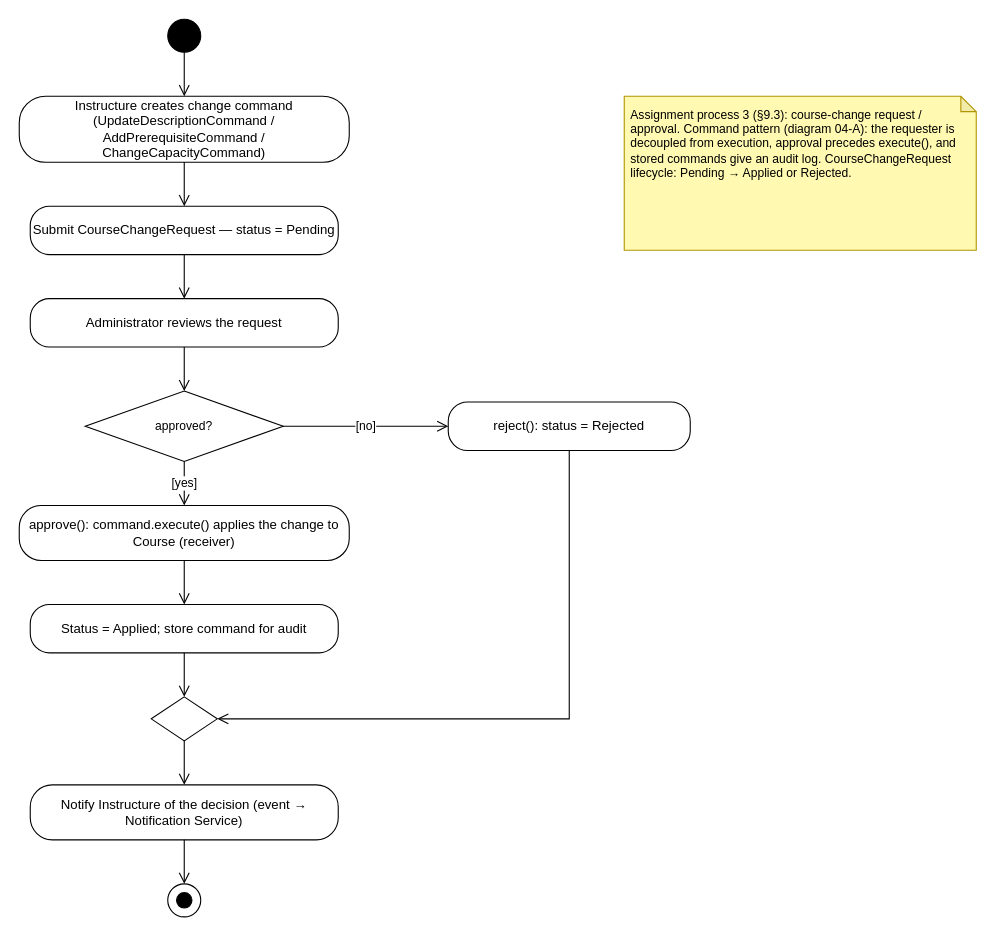
Before: Diagrams/Activity_diagrams/act-2-course.drawio in Tharusha-dev/soft_architect_redda, a draw.io diagram. Source tidied: cells renumbered, new cells numbered last; positions are measured from the earlier drawing's top-left corner, leaving out a move shared by most shapes. Both pictures are drawn from the tidied source at 110%, with x=0, y=0 at pixel (19, 19).
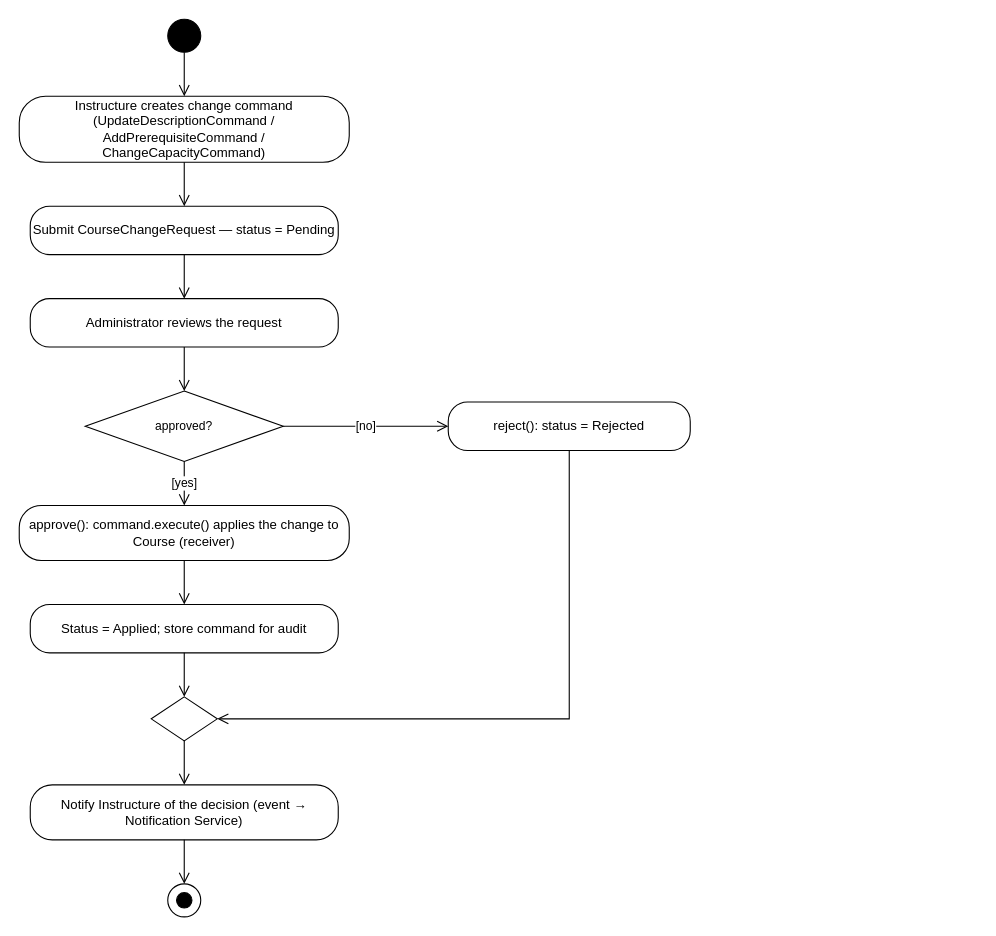
After the change.

The edit, as a diff of the source:
```diff
@@
-    <mxCell id="14" value="Assignment process 3 (§9.3): course-change request / approval. Command pattern (diagram 04-A): the requester is decoupled from execution, approval precedes execute(), and stored commands give an audit log. CourseChangeRequest lifecycle: Pending → Applied or Rejected." style="shape=note;whiteSpace=wrap;html=1;backgroundOutline=1;darkOpacity=0.05;fillColor=#FFF9B2;strokeColor=#B09500;size=14;align=left;verticalAlign=top;spacing=6;fontSize=11;" parent="1" vertex="1">
-      <mxGeometry x="550" y="70" width="320" height="140" as="geometry" />
-    </mxCell>
```
